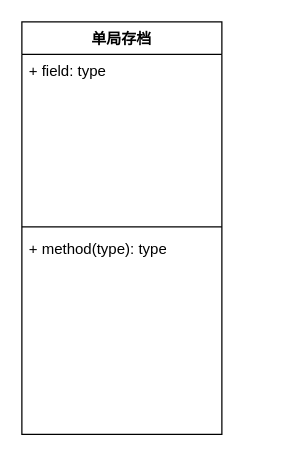
This is Game01_in_game.drawio from tsinghud114/UML_Pic, a draw.io file, before an edit. Source tidied: cells renumbered, new cells numbered last; positions are measured from the earlier drawing's top-left corner, leaving out a move shared by most shapes. Both pictures are drawn from the tidied source at 125%, with x=0, y=0 at pixel (21, 21).
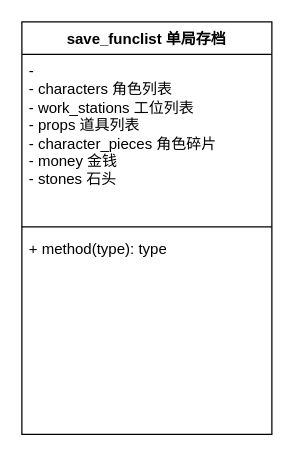
The same page after the edit.

What changed in the source:
```diff
@@
 <mxGraphModel>
   <root>
     <mxCell id="0" />
     <mxCell id="1" parent="0" />
-    <mxCell id="2" value="单局存档" style="swimlane;fontStyle=1;align=center;verticalAlign=top;horizontal=1;startSize=26;whiteSpace=wrap;html=1;" parent="1" vertex="1">
-      <mxGeometry width="160" height="330" as="geometry" />
+    <mxCell id="2" value="save_funclist 单局存档" style="swimlane;fontStyle=1;align=center;verticalAlign=top;horizontal=1;startSize=26;whiteSpace=wrap;html=1;" parent="1" vertex="1">
+      <mxGeometry width="200" height="330" as="geometry" />
     </mxCell>
-    <mxCell id="3" value="+ field: type&lt;div&gt;&lt;br&gt;&lt;/div&gt;" style="text;strokeColor=none;fillColor=none;align=left;verticalAlign=top;spacingLeft=4;spacingRight=4;overflow=hidden;whiteSpace=wrap;html=1;" parent="2" vertex="1">
-      <mxGeometry y="26" width="160" height="134" as="geometry" />
+    <mxCell id="3" value="&lt;div&gt;-&amp;nbsp;&lt;/div&gt;- characters 角色列表&lt;div&gt;- work_stations 工位列表&lt;/div&gt;&lt;div&gt;- props 道具列表&lt;/div&gt;&lt;div&gt;- character_pieces 角色碎片&lt;/div&gt;&lt;div&gt;- money 金钱&lt;/div&gt;&lt;div&gt;- stones 石头&lt;/div&gt;&lt;div&gt;&lt;br&gt;&lt;div&gt;&lt;br&gt;&lt;/div&gt;&lt;/div&gt;" style="text;strokeColor=none;fillColor=none;align=left;verticalAlign=top;spacingLeft=4;spacingRight=4;overflow=hidden;whiteSpace=wrap;html=1;" parent="2" vertex="1">
+      <mxGeometry y="26" width="200" height="134" as="geometry" />
     </mxCell>
     <mxCell id="4" style="line;strokeWidth=1;fillColor=none;align=left;verticalAlign=middle;spacingTop=-1;spacingLeft=3;spacingRight=3;labelPosition=right;strokeColor=inherit;" parent="2" vertex="1">
-      <mxGeometry y="160" width="160" height="8" as="geometry" />
+      <mxGeometry y="160" width="200" height="8" as="geometry" />
     </mxCell>
     <mxCell id="5" value="+ method(type): type" style="text;strokeColor=none;fillColor=none;align=left;verticalAlign=top;spacingLeft=4;spacingRight=4;overflow=hidden;whiteSpace=wrap;html=1;" parent="2" vertex="1">
-      <mxGeometry y="168" width="160" height="162" as="geometry" />
+      <mxGeometry y="168" width="200" height="162" as="geometry" />
     </mxCell>
   </root>
 </mxGraphModel>
```
